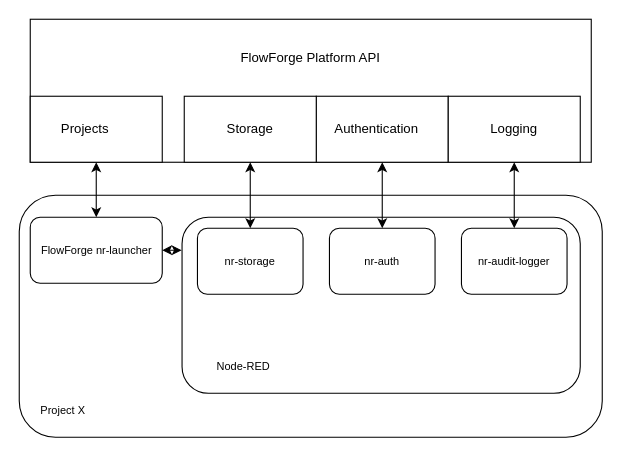
Before: docs/contribute/images/ff-project-arch.drawio.xml in FlowFuse/flowfuse, a draw.io diagram. Source tidied: cells renumbered, new cells numbered last; positions are measured from the earlier drawing's top-left corner, leaving out a move shared by most shapes. Both pictures are drawn from the tidied source at 110%, with x=0, y=0 at pixel (19, 19).
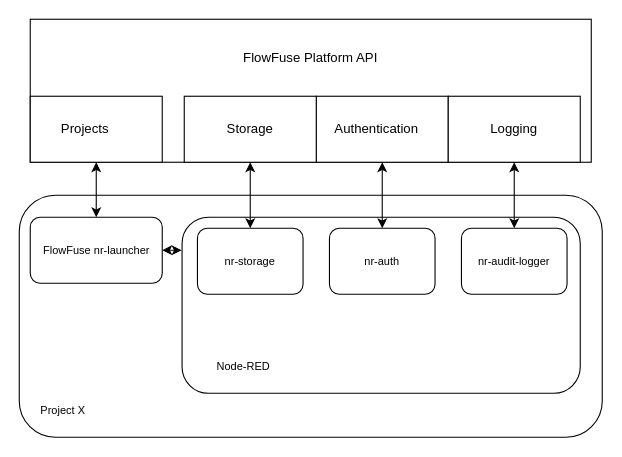
The same diagram, later.

The edit, as a diff of the source:
```diff
@@
-    <mxCell id="8" value="FlowForge Platform API" style="text;html=1;strokeColor=none;fillColor=none;align=center;verticalAlign=middle;whiteSpace=wrap;rounded=0;" parent="1" vertex="1">
+    <mxCell id="8" value="FlowFuse Platform API" style="text;html=1;strokeColor=none;fillColor=none;align=center;verticalAlign=middle;whiteSpace=wrap;rounded=0;" parent="1" vertex="1">
       <mxGeometry x="160" y="20" width="210" height="30" as="geometry" />
     </mxCell>
@@
-    <mxCell id="15" value="&lt;font style=&quot;font-size: 10px&quot;&gt;FlowForge nr-launcher&lt;/font&gt;" style="text;html=1;strokeColor=none;fillColor=none;align=center;verticalAlign=middle;whiteSpace=wrap;rounded=0;" parent="1" vertex="1">
+    <mxCell id="15" value="&lt;font style=&quot;font-size: 10px&quot;&gt;FlowFuse nr-launcher&lt;/font&gt;" style="text;html=1;strokeColor=none;fillColor=none;align=center;verticalAlign=middle;whiteSpace=wrap;rounded=0;" parent="1" vertex="1">
       <mxGeometry x="12.5" y="195" width="115" height="30" as="geometry" />
     </mxCell>
```
